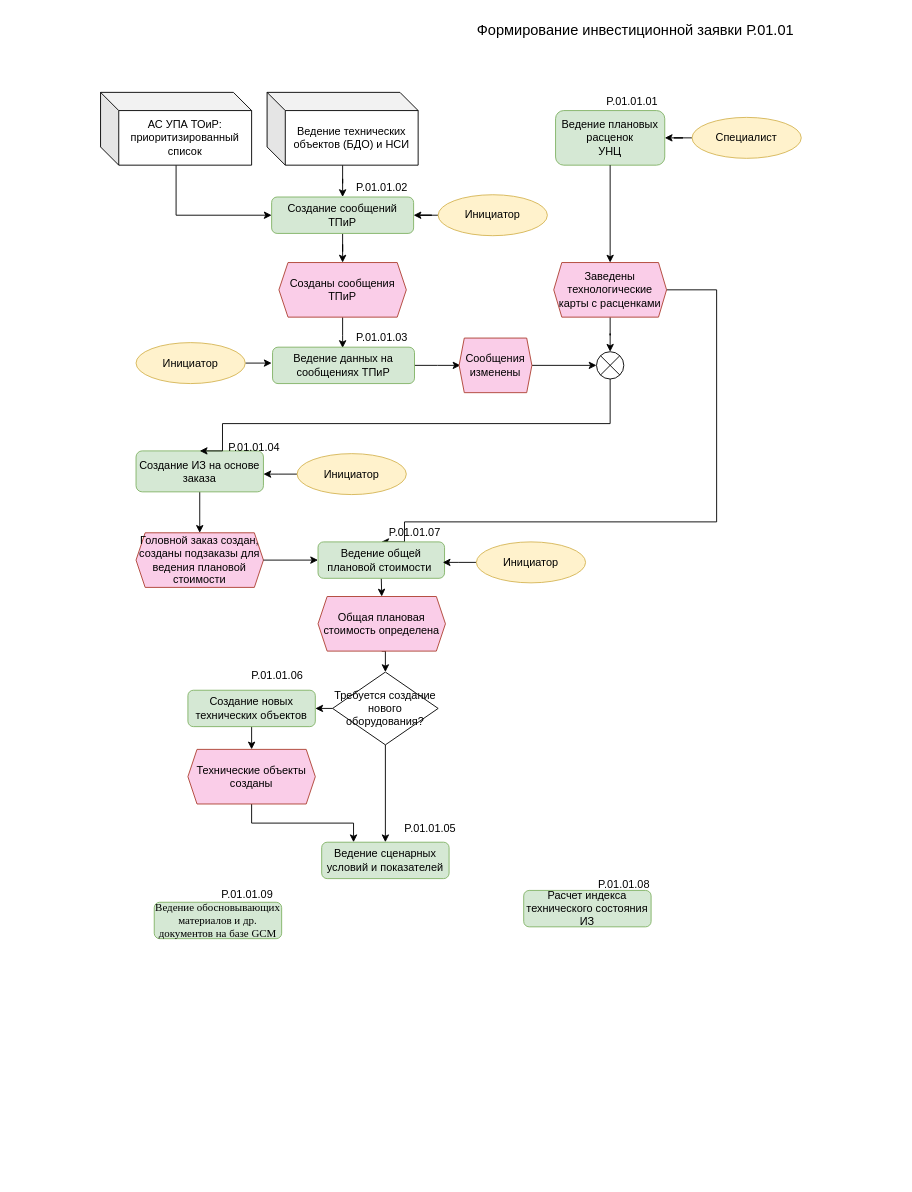
The draw.io diagram page "Page-1 (Done)" (1 of 7) of P.01.01 - 01.07_V2 (3).drawio in GluhovDmitry/charts, before the edit. Source tidied: cells renumbered, new cells numbered last; positions are measured from the earlier drawing's top-left corner, leaving out a move shared by most shapes. Both pictures are drawn from the tidied source at 91%, with x=0, y=0 at pixel (100, 15).
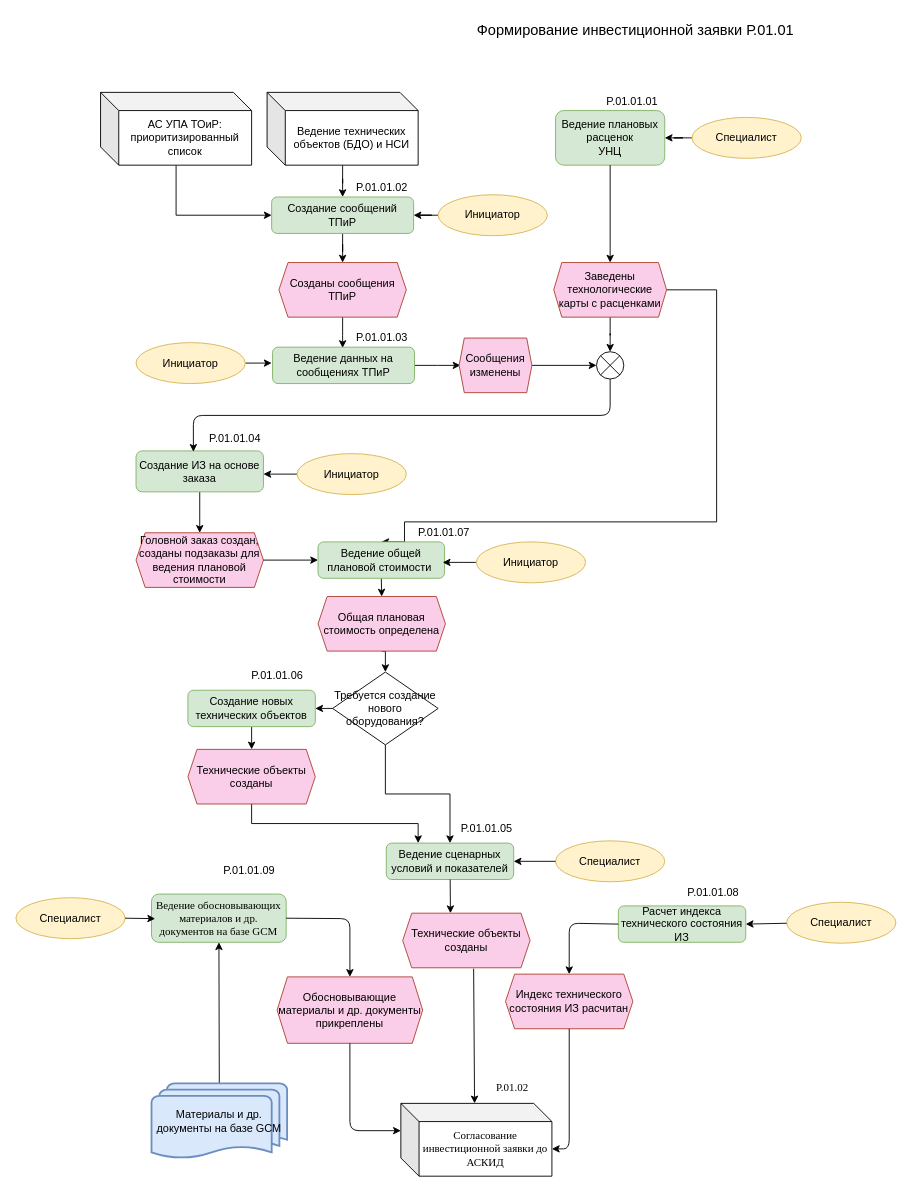
The same diagram, later.

The change refers to these unchanged cells:
```xml
<mxCell id="3" value="Создание ИЗ на основе заказа" style="rounded=1;whiteSpace=wrap;html=1;fontSize=12;glass=0;strokeWidth=1;shadow=0;fillColor=#d5e8d4;strokeColor=#82b366;" parent="1" vertex="1">
  <mxGeometry x="39" y="478" width="140" height="45" as="geometry" />
</mxCell>
<mxCell id="7" style="shape=sumEllipse;perimeter=ellipsePerimeter;whiteSpace=wrap;html=1;backgroundOutline=1;" parent="1" vertex="1">
  <mxGeometry x="545" y="369" width="30" height="30" as="geometry" />
</mxCell>
```

Change to the diagram source:
```diff
@@
-    <mxCell id="6" style="edgeStyle=orthogonalEdgeStyle;rounded=0;jettySize=auto;html=1;entryX=0.5;entryY=0;entryDx=0;entryDy=0;" parent="1" edge="1" source="7" target="3">
-      <mxGeometry relative="1" as="geometry">
-        <Array as="points">
-          <mxPoint x="560" y="448" />
-          <mxPoint x="134" y="448" />
-        </Array>
-      </mxGeometry>
-    </mxCell>
@@
     <mxCell id="14" value="Расчет индекса технического состояния ИЗ" style="rounded=1;whiteSpace=wrap;html=1;fontSize=12;glass=0;strokeWidth=1;shadow=0;fillColor=#d5e8d4;strokeColor=#82b366;" parent="1" vertex="1">
-      <mxGeometry x="465" y="961" width="140" height="40" as="geometry" />
+      <mxGeometry x="569" y="978" width="140" height="40" as="geometry" />
     </mxCell>
@@
     <mxCell id="18" value="P.01.01.04" style="text;html=1;strokeColor=none;fillColor=none;align=center;verticalAlign=middle;whiteSpace=wrap;rounded=0;" parent="1" vertex="1">
-      <mxGeometry x="134" y="465" width="70" height="20" as="geometry" />
+      <mxGeometry x="113" y="455" width="70" height="20" as="geometry" />
     </mxCell>
@@
     <mxCell id="22" value="P.01.01.05" style="text;html=1;strokeColor=none;fillColor=none;align=center;verticalAlign=middle;whiteSpace=wrap;rounded=0;" parent="1" vertex="1">
-      <mxGeometry x="327" y="883" width="71" height="20" as="geometry" />
+      <mxGeometry x="389" y="883" width="71" height="20" as="geometry" />
     </mxCell>
     <mxCell id="23" value="P.01.01.07" style="text;html=1;strokeColor=none;fillColor=none;align=center;verticalAlign=middle;whiteSpace=wrap;rounded=0;" parent="1" vertex="1">
-      <mxGeometry x="310" y="558" width="71" height="20" as="geometry" />
+      <mxGeometry x="342" y="558" width="71" height="20" as="geometry" />
     </mxCell>
     <mxCell id="24" value="P.01.01.08" style="text;html=1;strokeColor=none;fillColor=none;align=center;verticalAlign=middle;whiteSpace=wrap;rounded=0;" parent="1" vertex="1">
-      <mxGeometry x="540" y="945" width="71" height="20" as="geometry" />
+      <mxGeometry x="638" y="954" width="71" height="20" as="geometry" />
     </mxCell>
@@
     <mxCell id="42" value="Ведение сценарных условий и показателей" style="rounded=1;whiteSpace=wrap;html=1;fontSize=12;glass=0;strokeWidth=1;shadow=0;fillColor=#d5e8d4;strokeColor=#82b366;" parent="1" vertex="1">
-      <mxGeometry x="243" y="908" width="140" height="40" as="geometry" />
+      <mxGeometry x="314" y="909" width="140" height="40" as="geometry" />
     </mxCell>
@@
     <mxCell id="48" value="&lt;font style=&quot;font-size: 12px&quot;&gt;&lt;span style=&quot;font-family: &amp;#34;times new roman&amp;#34; , serif&quot;&gt;Ведение обосновывающих&lt;br/&gt;материалов и др. документов на базе &lt;/span&gt;&lt;span lang=&quot;EN-US&quot; style=&quot;font-family: &amp;#34;times new roman&amp;#34; , serif&quot;&gt;GCM&lt;/span&gt;&lt;/font&gt;" style="rounded=1;whiteSpace=wrap;html=1;fontSize=12;glass=0;strokeWidth=1;shadow=0;fillColor=#d5e8d4;strokeColor=#82b366;" parent="1" vertex="1">
-      <mxGeometry x="59" y="974" width="140" height="40" as="geometry" />
+      <mxGeometry x="56" y="965" width="148" height="53" as="geometry" />
     </mxCell>
     <mxCell id="49" value="P.01.01.09" style="text;html=1;strokeColor=none;fillColor=none;align=center;verticalAlign=middle;whiteSpace=wrap;rounded=0;" parent="1" vertex="1">
-      <mxGeometry x="126" y="956" width="71" height="20" as="geometry" />
+      <mxGeometry x="128" y="929" width="71" height="20" as="geometry" />
     </mxCell>
@@
+    <mxCell id="59" style="endArrow=classic;html=1;exitX=0.5;exitY=0;exitDx=0;exitDy=0;exitPerimeter=0;" parent="1" edge="1" source="77" target="48">
+      <mxGeometry relative="1" as="geometry" />
+    </mxCell>
+    <mxCell id="60" value="&lt;span style=&quot;font-family: &amp;#34;times new roman&amp;#34; , serif&quot;&gt;&lt;font style=&quot;font-size: 12px&quot;&gt;Согласование инвестиционной заявки до АСКИД&lt;/font&gt;&lt;/span&gt;" style="shape=cube;whiteSpace=wrap;html=1;boundedLbl=1;backgroundOutline=1;darkOpacity=0.05;darkOpacity2=0.1;" parent="1" vertex="1">
+      <mxGeometry x="330" y="1195" width="166" height="80" as="geometry" />
+    </mxCell>
+    <mxCell id="61" style="endArrow=classic;html=1;entryX=0.375;entryY=0;entryDx=0;entryDy=0;" parent="1" edge="1" source="42" target="66">
+      <mxGeometry relative="1" as="geometry" />
+    </mxCell>
+    <mxCell id="62" style="endArrow=classic;html=1;exitX=0;exitY=0.5;exitDx=0;exitDy=0;entryX=0.5;entryY=0;entryDx=0;entryDy=0;" parent="1" edge="1" source="14" target="65">
+      <mxGeometry relative="1" as="geometry">
+        <Array as="points">
+          <mxPoint x="515" y="997" />
+        </Array>
+      </mxGeometry>
+    </mxCell>
+    <mxCell id="63" style="endArrow=classic;html=1;exitX=1;exitY=0.5;exitDx=0;exitDy=0;" parent="1" edge="1" source="48" target="64">
+      <mxGeometry relative="1" as="geometry">
+        <Array as="points">
+          <mxPoint x="274" y="992" />
+        </Array>
+      </mxGeometry>
+    </mxCell>
+    <mxCell id="64" value="Обосновывающие материалы и др. документы прикреплены" style="shape=hexagon;perimeter=hexagonPerimeter2;whiteSpace=wrap;html=1;size=0.07142857142857142;strokeColor=#ae4132;fillColor=#FACDE8;" parent="1" vertex="1">
+      <mxGeometry x="194" y="1056" width="160" height="73" as="geometry" />
+    </mxCell>
+    <mxCell id="65" value="Индекс технического состояния ИЗ расчитан" style="shape=hexagon;perimeter=hexagonPerimeter2;whiteSpace=wrap;html=1;size=0.07142857142857142;strokeColor=#ae4132;fillColor=#FACDE8;" parent="1" vertex="1">
+      <mxGeometry x="445" y="1053" width="140" height="60" as="geometry" />
+    </mxCell>
+    <mxCell id="66" value="Технические объекты созданы" style="shape=hexagon;perimeter=hexagonPerimeter2;whiteSpace=wrap;html=1;size=0.07142857142857142;strokeColor=#ae4132;fillColor=#FACDE8;" parent="1" vertex="1">
+      <mxGeometry x="332" y="986" width="140" height="60" as="geometry" />
+    </mxCell>
+    <mxCell id="67" style="endArrow=classic;html=1;entryX=0.488;entryY=0;entryDx=0;entryDy=0;entryPerimeter=0;exitX=0.557;exitY=1.017;exitDx=0;exitDy=0;exitPerimeter=0;" parent="1" edge="1" source="66" target="60">
+      <mxGeometry relative="1" as="geometry" />
+    </mxCell>
+    <mxCell id="68" style="endArrow=classic;html=1;entryX=0;entryY=0;entryDx=166;entryDy=50;entryPerimeter=0;" parent="1" edge="1" source="65" target="60">
+      <mxGeometry relative="1" as="geometry">
+        <Array as="points">
+          <mxPoint x="515" y="1245" />
+        </Array>
+      </mxGeometry>
+    </mxCell>
+    <mxCell id="69" style="endArrow=classic;html=1;exitX=0.5;exitY=1;exitDx=0;exitDy=0;entryX=0;entryY=0;entryDx=0;entryDy=30;entryPerimeter=0;" parent="1" edge="1" source="64" target="60">
+      <mxGeometry relative="1" as="geometry">
+        <Array as="points">
+          <mxPoint x="274" y="1225" />
+        </Array>
+      </mxGeometry>
+    </mxCell>
+    <mxCell id="70" value="&lt;span style=&quot;font-family: &amp;#34;times new roman&amp;#34; , serif&quot;&gt;&lt;font style=&quot;font-size: 12px&quot;&gt;P.01.02&lt;/font&gt;&lt;/span&gt;" style="text;whiteSpace=wrap;html=1;" parent="1" vertex="1">
+      <mxGeometry x="433" y="1164" width="67" height="29" as="geometry" />
+    </mxCell>
+    <mxCell id="6" style="endArrow=classic;html=1;entryX=0.45;entryY=0.022;entryDx=0;entryDy=0;entryPerimeter=0;" parent="1" edge="1" source="7" target="3">
+      <mxGeometry relative="1" as="geometry">
+        <Array as="points">
+          <mxPoint x="560" y="439" />
+          <mxPoint x="102" y="439" />
+        </Array>
+      </mxGeometry>
+    </mxCell>
+    <mxCell id="71" value="Специалист" style="ellipse;whiteSpace=wrap;html=1;fillColor=#fff2cc;strokeColor=#d6b656;" parent="1" vertex="1">
+      <mxGeometry x="754" y="974" width="120" height="45" as="geometry" />
+    </mxCell>
+    <mxCell id="72" value="Специалист" style="ellipse;whiteSpace=wrap;html=1;fillColor=#fff2cc;strokeColor=#d6b656;" parent="1" vertex="1">
+      <mxGeometry x="-93" y="969" width="120" height="45" as="geometry" />
+    </mxCell>
+    <mxCell id="73" value="Специалист" style="ellipse;whiteSpace=wrap;html=1;fillColor=#fff2cc;strokeColor=#d6b656;" parent="1" vertex="1">
+      <mxGeometry x="500" y="906.5" width="120" height="45" as="geometry" />
+    </mxCell>
+    <mxCell id="74" style="endArrow=classic;html=1;" parent="1" edge="1" source="72">
+      <mxGeometry relative="1" as="geometry">
+        <mxPoint x="60" y="992" as="targetPoint" />
+      </mxGeometry>
+    </mxCell>
+    <mxCell id="75" style="endArrow=classic;html=1;entryX=1;entryY=0.5;entryDx=0;entryDy=0;" parent="1" edge="1" source="73" target="42">
+      <mxGeometry relative="1" as="geometry" />
+    </mxCell>
+    <mxCell id="76" style="endArrow=classic;html=1;entryX=1;entryY=0.5;entryDx=0;entryDy=0;" parent="1" edge="1" source="71" target="14">
+      <mxGeometry relative="1" as="geometry" />
+    </mxCell>
+    <mxCell id="77" value="Материалы и др. документы на базе&amp;nbsp;&lt;span lang=&quot;EN-US&quot;&gt;GCM&lt;/span&gt;" style="strokeWidth=2;html=1;shape=mxgraph.flowchart.multi-document;whiteSpace=wrap;fillColor=#dae8fc;strokeColor=#6c8ebf;" parent="1" vertex="1">
+      <mxGeometry x="56" y="1173" width="149" height="83" as="geometry" />
+    </mxCell>
```
